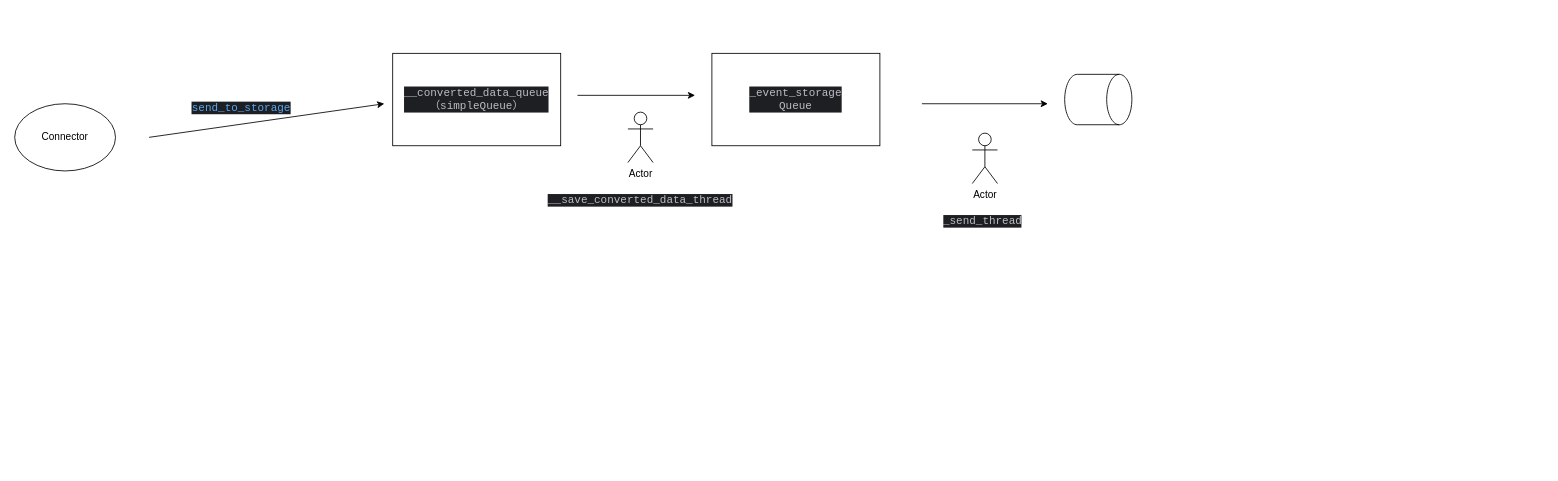
Before: gateway消费数据流程图.drawio in jettzhan/drawio_repo, a draw.io diagram. Source tidied: cells renumbered, new cells numbered last; positions are measured from the earlier drawing's top-left corner, leaving out a move shared by most shapes. Both pictures are drawn from the tidied source at 84%, with x=0, y=0 at pixel (14, 53).
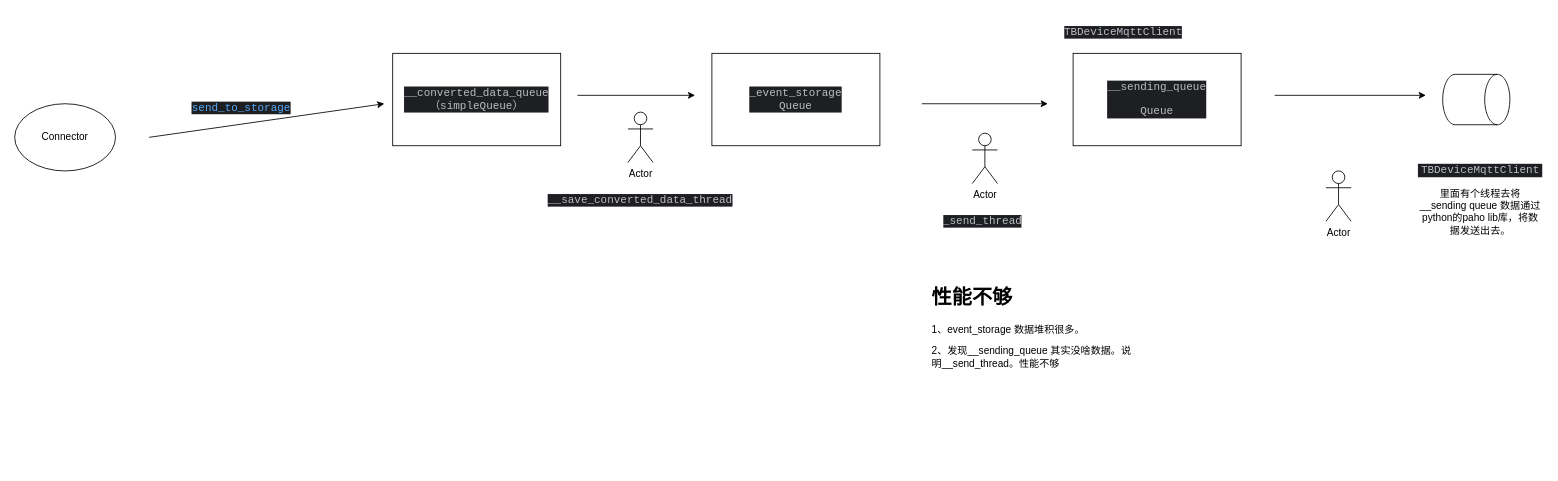
After the change.

Commit message:
更新gateway消费数据流程图.drawio

The edit, as a diff of the source:
```diff
@@
-    <mxCell id="8" style="shape=cylinder3;whiteSpace=wrap;html=1;boundedLbl=1;backgroundOutline=1;size=15;rotation=90;" parent="1" vertex="1">
-      <mxGeometry x="1260" y="15" width="60" height="80" as="geometry" />
-    </mxCell>
@@
+    <mxCell id="14" value="&lt;div style=&quot;background-color: rgb(30, 31, 34); color: rgb(188, 190, 196);&quot;&gt;&lt;pre style=&quot;font-family:'JetBrains Mono',monospace;font-size:9.8pt;&quot;&gt;&lt;div&gt;&lt;pre style=&quot;font-family:'JetBrains Mono',monospace;font-size:9.8pt;&quot;&gt;&lt;div&gt;&lt;pre style=&quot;font-family:'JetBrains Mono',monospace;font-size:9.8pt;&quot;&gt;__sending_queue&lt;/pre&gt;&lt;/div&gt;Queue&lt;/pre&gt;&lt;/div&gt;&lt;/pre&gt;&lt;/div&gt;" style="rounded=0;whiteSpace=wrap;html=1;" parent="1" vertex="1">
+      <mxGeometry x="1260" width="200" height="110" as="geometry" />
+    </mxCell>
+    <mxCell id="15" value="&lt;div style=&quot;background-color:#1e1f22;color:#bcbec4&quot;&gt;&lt;pre style=&quot;font-family:'JetBrains Mono',monospace;font-size:9.8pt;&quot;&gt;TBDeviceMqttClient&lt;/pre&gt;&lt;/div&gt;" style="text;html=1;whiteSpace=wrap;strokeColor=none;fillColor=none;align=center;verticalAlign=middle;rounded=0;" parent="1" vertex="1">
+      <mxGeometry x="1290" y="-40" width="60" height="30" as="geometry" />
+    </mxCell>
+    <mxCell id="16" style="shape=cylinder3;whiteSpace=wrap;html=1;boundedLbl=1;backgroundOutline=1;size=15;rotation=90;" parent="1" vertex="1">
+      <mxGeometry x="1710" y="15" width="60" height="80" as="geometry" />
+    </mxCell>
+    <mxCell id="17" value="Actor" style="shape=umlActor;verticalLabelPosition=bottom;verticalAlign=top;html=1;" parent="1" vertex="1">
+      <mxGeometry x="1561" y="140" width="30" height="60" as="geometry" />
+    </mxCell>
+    <mxCell id="18" style="endArrow=classic;html=1;rounded=0;" parent="1" edge="1">
+      <mxGeometry relative="1" as="geometry">
+        <mxPoint x="1500" y="50" as="sourcePoint" />
+        <mxPoint x="1680" y="50" as="targetPoint" />
+      </mxGeometry>
+    </mxCell>
+    <mxCell id="19" value="&lt;div style=&quot;background-color: rgb(30, 31, 34); color: rgb(188, 190, 196);&quot;&gt;&lt;pre style=&quot;font-family:'JetBrains Mono',monospace;font-size:9.8pt;&quot;&gt;TBDeviceMqttClient&lt;/pre&gt;&lt;/div&gt;&lt;div&gt;里面有个线程去将__sending queue 数据通过python的paho lib库，将数据发送出去。&lt;/div&gt;" style="text;html=1;whiteSpace=wrap;strokeColor=none;fillColor=none;align=center;verticalAlign=middle;rounded=0;" parent="1" vertex="1">
+      <mxGeometry x="1670" y="120" width="150" height="95" as="geometry" />
+    </mxCell>
+    <mxCell id="20" value="&lt;h1 style=&quot;margin-top: 0px;&quot;&gt;性能不够&lt;/h1&gt;&lt;div&gt;1、event_storage 数据堆积很多。&lt;/div&gt;&lt;p&gt;2、发现__sending_queue 其实没啥数据。说明__send_thread。性能不够&lt;/p&gt;" style="text;html=1;whiteSpace=wrap;overflow=hidden;rounded=0;" parent="1" vertex="1">
+      <mxGeometry x="1090" y="270" width="250" height="220" as="geometry" />
+    </mxCell>
```
